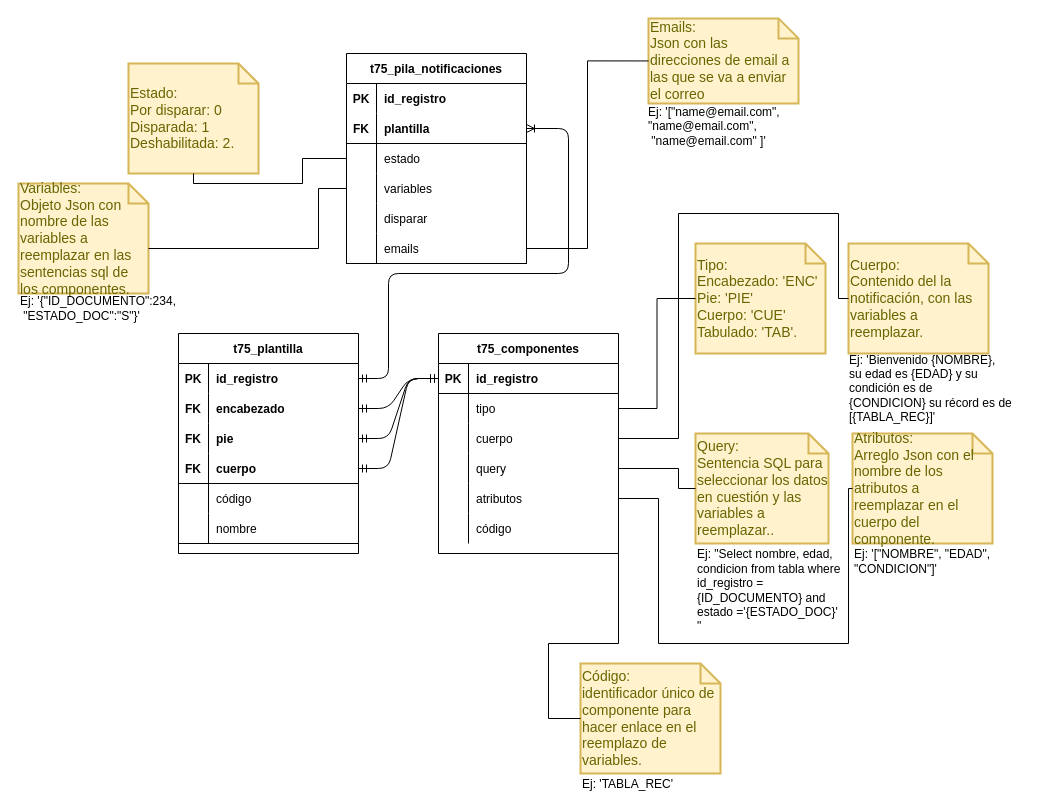
Before: notificaciones_email.drawio in NeroAlfonso/draw_docs, a draw.io diagram. Source tidied: cells renumbered, new cells numbered last; positions are measured from the earlier drawing's top-left corner, leaving out a move shared by most shapes. Both pictures are drawn from the tidied source at 100%, with x=0, y=0 at pixel (18, 18).
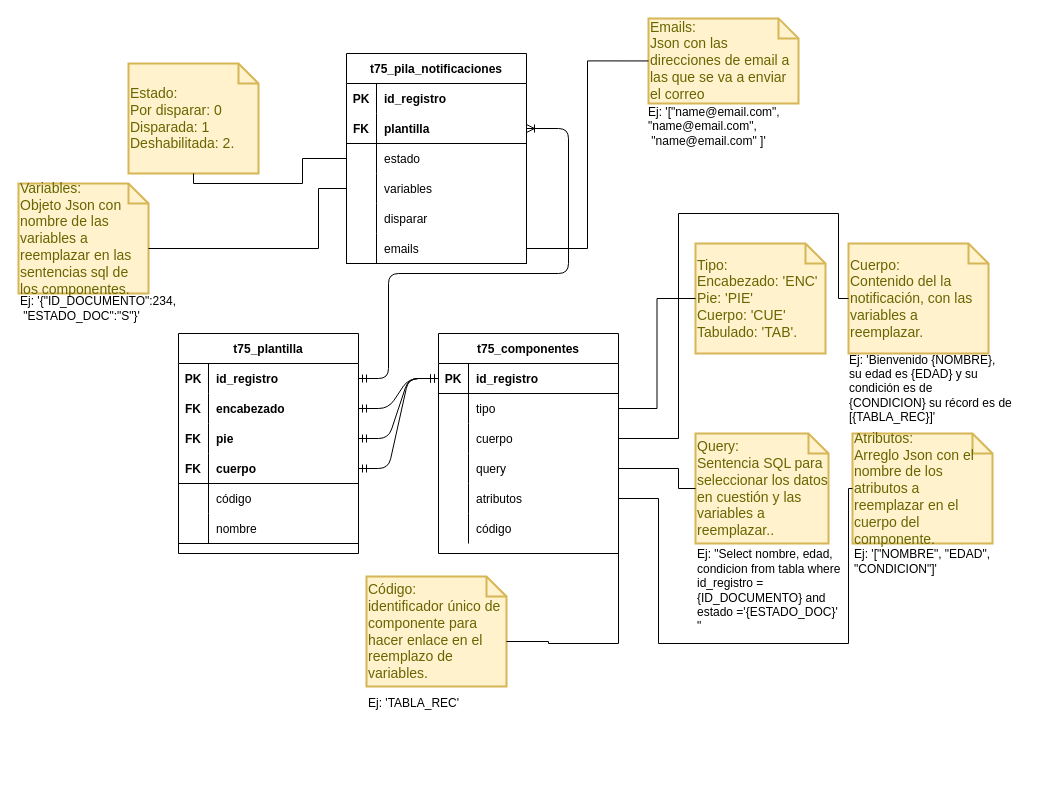
After the change.

The change refers to these unchanged cells:
```xml
<mxCell id="39" style="shape=partialRectangle;fillColor=none;top=0;left=0;bottom=0;right=0;points=[[0,0.5],[1,0.5]];portConstraint=eastwest;" parent="23" vertex="1">
  <mxGeometry y="180" width="180" height="30" as="geometry" />
</mxCell>
```

Diff of the diagram source:
```diff
@@
     <mxCell id="75" value="Código:&lt;br&gt;identificador único de componente para hacer enlace en el reemplazo de variables." style="shape=note;strokeWidth=2;fontSize=14;size=20;whiteSpace=wrap;html=1;fillColor=#fff2cc;strokeColor=#d6b656;fontColor=#666600;align=left;" parent="1" vertex="1">
-      <mxGeometry x="562" y="645" width="140" height="110" as="geometry" />
+      <mxGeometry x="348" y="558" width="140" height="110" as="geometry" />
     </mxCell>
-    <mxCell id="76" style="endArrow=none;html=1;rounded=0;entryX=0;entryY=0.5;entryDx=0;entryDy=0;entryPerimeter=0;exitX=1;exitY=0.5;exitDx=0;exitDy=0;edgeStyle=orthogonalEdgeStyle;" parent="1" edge="1" source="39" target="75">
+    <mxCell id="76" style="endArrow=none;html=1;rounded=0;entryX=0;entryY=0;entryDx=140;entryDy=65;entryPerimeter=0;exitX=1;exitY=0.5;exitDx=0;exitDy=0;edgeStyle=orthogonalEdgeStyle;" parent="1" edge="1" source="39" target="75">
       <mxGeometry relative="1" as="geometry">
         <Array as="points">
           <mxPoint x="600" y="625" />
           <mxPoint x="530" y="625" />
-          <mxPoint x="530" y="700" />
+          <mxPoint x="530" y="623" />
         </Array>
       </mxGeometry>
     </mxCell>
     <mxCell id="77" value="Ej: 'TABLA_REC'" style="text;html=1;align=left;verticalAlign=middle;" parent="1" vertex="1">
-      <mxGeometry x="562" y="756" width="110" height="20" as="geometry" />
+      <mxGeometry x="348" y="675" width="110" height="20" as="geometry" />
     </mxCell>
```
